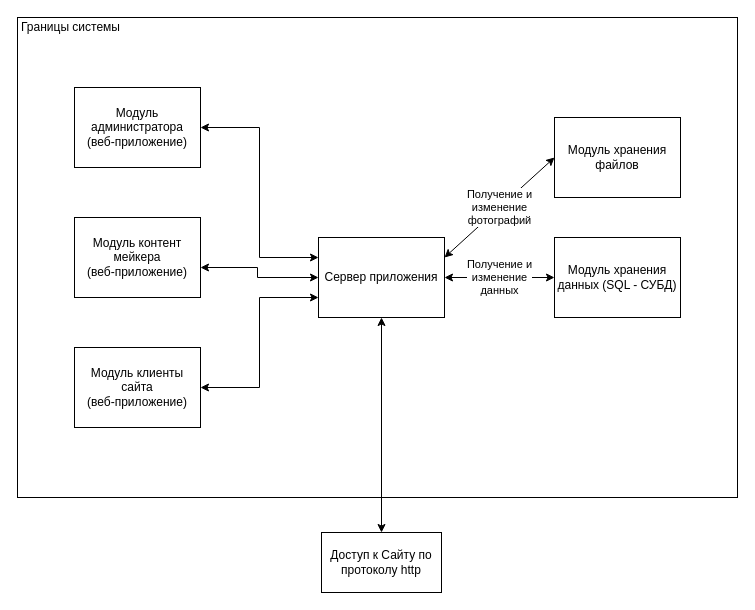
NativCos/CSF.Semestr6.TPO keeps this draw.io diagram as page "ТЗ - структура сис" (1 of 4) of docs/Diagrams.drawio. Above is the earlier version. Source tidied: cells renumbered, new cells numbered last; positions are measured from the earlier drawing's top-left corner, leaving out a move shared by most shapes. Both pictures are drawn from the tidied source at 100%, with x=0, y=0 at pixel (17, 17).
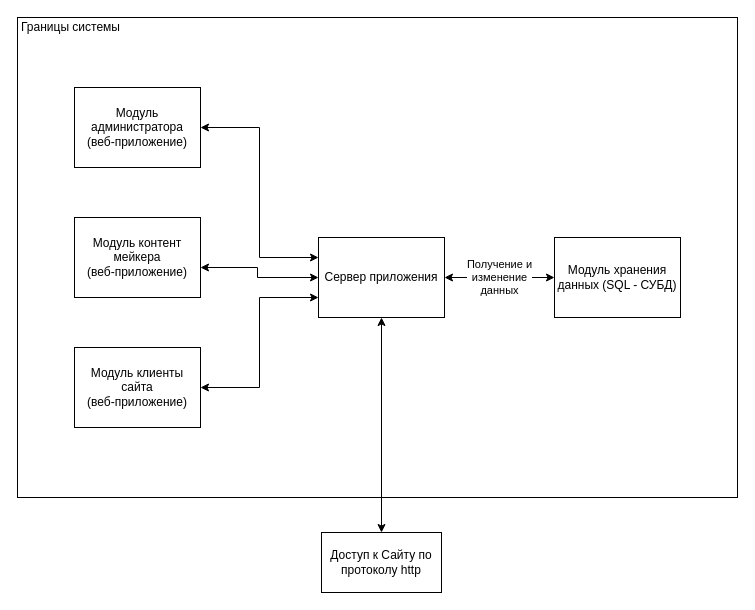
Above is the later version.

The edit, as a diff of the source:
```diff
@@
 <mxGraphModel>
   <root>
     <mxCell id="0" />
     <mxCell id="1" parent="0" />
     <mxCell id="2" style="rounded=0;whiteSpace=wrap;html=1;align=left;" parent="1" vertex="1">
       <mxGeometry width="720" height="480" as="geometry" />
     </mxCell>
     <mxCell id="3" value="Границы системы" style="text;html=1;strokeColor=none;fillColor=none;align=center;verticalAlign=middle;whiteSpace=wrap;rounded=0;" parent="1" vertex="1">
       <mxGeometry width="107" height="20" as="geometry" />
     </mxCell>
     <mxCell id="4" style="edgeStyle=orthogonalEdgeStyle;rounded=0;jettySize=auto;html=1;entryX=0.5;entryY=0;entryDx=0;entryDy=0;startArrow=classic;startFill=1;" parent="1" edge="1" source="5" target="14">
       <mxGeometry relative="1" as="geometry" />
     </mxCell>
     <mxCell id="5" value="Сервер приложения" style="rounded=0;whiteSpace=wrap;html=1;" parent="1" vertex="1">
       <mxGeometry x="301" y="220" width="126" height="80" as="geometry" />
     </mxCell>
     <mxCell id="6" value="Модуль хранения данных (SQL - СУБД)" style="rounded=0;whiteSpace=wrap;html=1;" parent="1" vertex="1">
       <mxGeometry x="537" y="220" width="126" height="80" as="geometry" />
     </mxCell>
     <mxCell id="7" style="edgeStyle=orthogonalEdgeStyle;rounded=0;jettySize=auto;html=1;entryX=0;entryY=0.25;entryDx=0;entryDy=0;startArrow=classic;startFill=1;" parent="1" edge="1" source="8" target="5">
       <mxGeometry relative="1" as="geometry" />
     </mxCell>
     <mxCell id="8" value="&lt;div&gt;Модуль администратора&lt;/div&gt;&lt;div&gt;(веб-приложение)&lt;br&gt;&lt;/div&gt;" style="rounded=0;whiteSpace=wrap;html=1;" parent="1" vertex="1">
       <mxGeometry x="57" y="70" width="126" height="80" as="geometry" />
     </mxCell>
     <mxCell id="9" style="edgeStyle=orthogonalEdgeStyle;rounded=0;jettySize=auto;html=1;entryX=0;entryY=0.5;entryDx=0;entryDy=0;startArrow=classic;startFill=1;" parent="1" edge="1" source="10" target="5">
       <mxGeometry relative="1" as="geometry">
         <Array as="points">
           <mxPoint x="240" y="250" />
           <mxPoint x="240" y="260" />
         </Array>
       </mxGeometry>
     </mxCell>
     <mxCell id="10" value="&lt;div&gt;Модуль контент мейкера&lt;br&gt;&lt;/div&gt;&lt;div&gt;(веб-приложение)&lt;br&gt;&lt;/div&gt;" style="rounded=0;whiteSpace=wrap;html=1;" parent="1" vertex="1">
       <mxGeometry x="57" y="200" width="126" height="80" as="geometry" />
     </mxCell>
     <mxCell id="11" style="edgeStyle=orthogonalEdgeStyle;rounded=0;jettySize=auto;html=1;entryX=0;entryY=0.75;entryDx=0;entryDy=0;startArrow=classic;startFill=1;" parent="1" edge="1" source="12" target="5">
       <mxGeometry relative="1" as="geometry" />
     </mxCell>
     <mxCell id="12" value="&lt;div&gt;Модуль клиенты сайта&lt;br&gt;&lt;/div&gt;&lt;div&gt;(веб-приложение)&lt;br&gt;&lt;/div&gt;" style="rounded=0;whiteSpace=wrap;html=1;" parent="1" vertex="1">
       <mxGeometry x="57" y="330" width="126" height="80" as="geometry" />
     </mxCell>
     <mxCell id="13" value="&lt;div&gt;Получение и &lt;br&gt;&lt;/div&gt;&lt;div&gt;изменение &lt;br&gt;&lt;/div&gt;&lt;div&gt;данных&lt;br&gt;&lt;/div&gt;" style="endArrow=classic;startArrow=classic;html=1;exitX=1;exitY=0.5;exitDx=0;exitDy=0;" parent="1" edge="1" source="5" target="6">
       <mxGeometry relative="1" as="geometry" />
     </mxCell>
     <mxCell id="14" value="Доступ к Сайту по протоколу http" style="rounded=0;whiteSpace=wrap;html=1;" parent="1" vertex="1">
       <mxGeometry x="304" y="515" width="120" height="60" as="geometry" />
     </mxCell>
-    <mxCell id="15" value="Модуль хранения файлов" style="rounded=0;whiteSpace=wrap;html=1;" parent="1" vertex="1">
-      <mxGeometry x="537" y="100" width="126" height="80" as="geometry" />
-    </mxCell>
-    <mxCell id="16" value="&lt;div&gt;Получение и &lt;br&gt;&lt;/div&gt;&lt;div&gt;изменение&lt;/div&gt;&lt;div&gt;фотографий&lt;/div&gt;" style="endArrow=classic;startArrow=classic;html=1;entryX=0;entryY=0.5;entryDx=0;entryDy=0;exitX=1;exitY=0.25;exitDx=0;exitDy=0;" parent="1" edge="1" source="5" target="15">
-      <mxGeometry relative="1" as="geometry" />
-    </mxCell>
   </root>
 </mxGraphModel>
```
